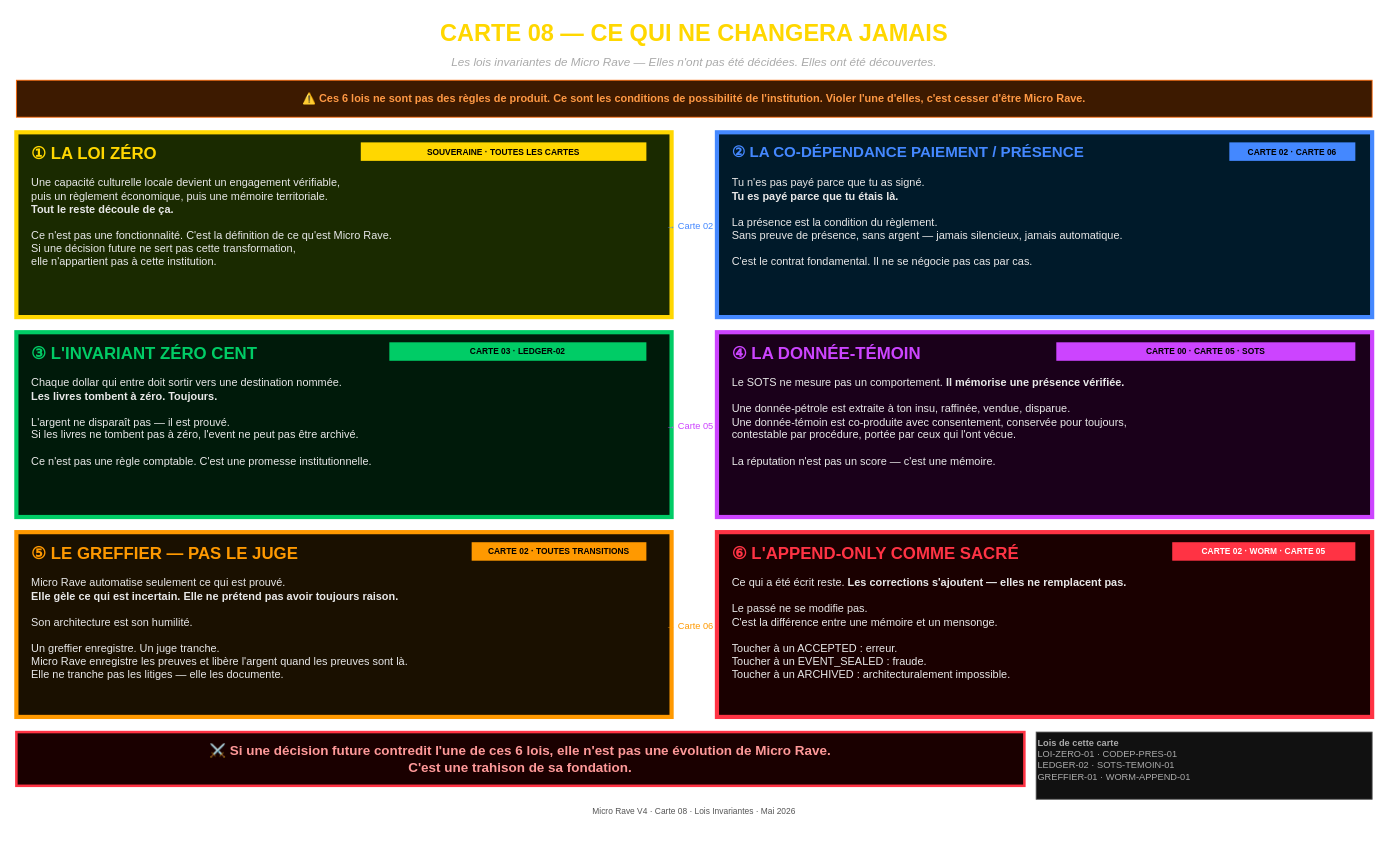
Earlier version of the draw.io diagram docs/cartes/microrave_v4_08_lois_invariantes.drawio (reseau-spec/microrave-v3). Source tidied: cells renumbered, new cells numbered last; positions are measured from the earlier drawing's top-left corner, leaving out a move shared by most shapes. Both pictures are drawn from the tidied source at 84%, with x=0, y=0 at pixel (16, 14).
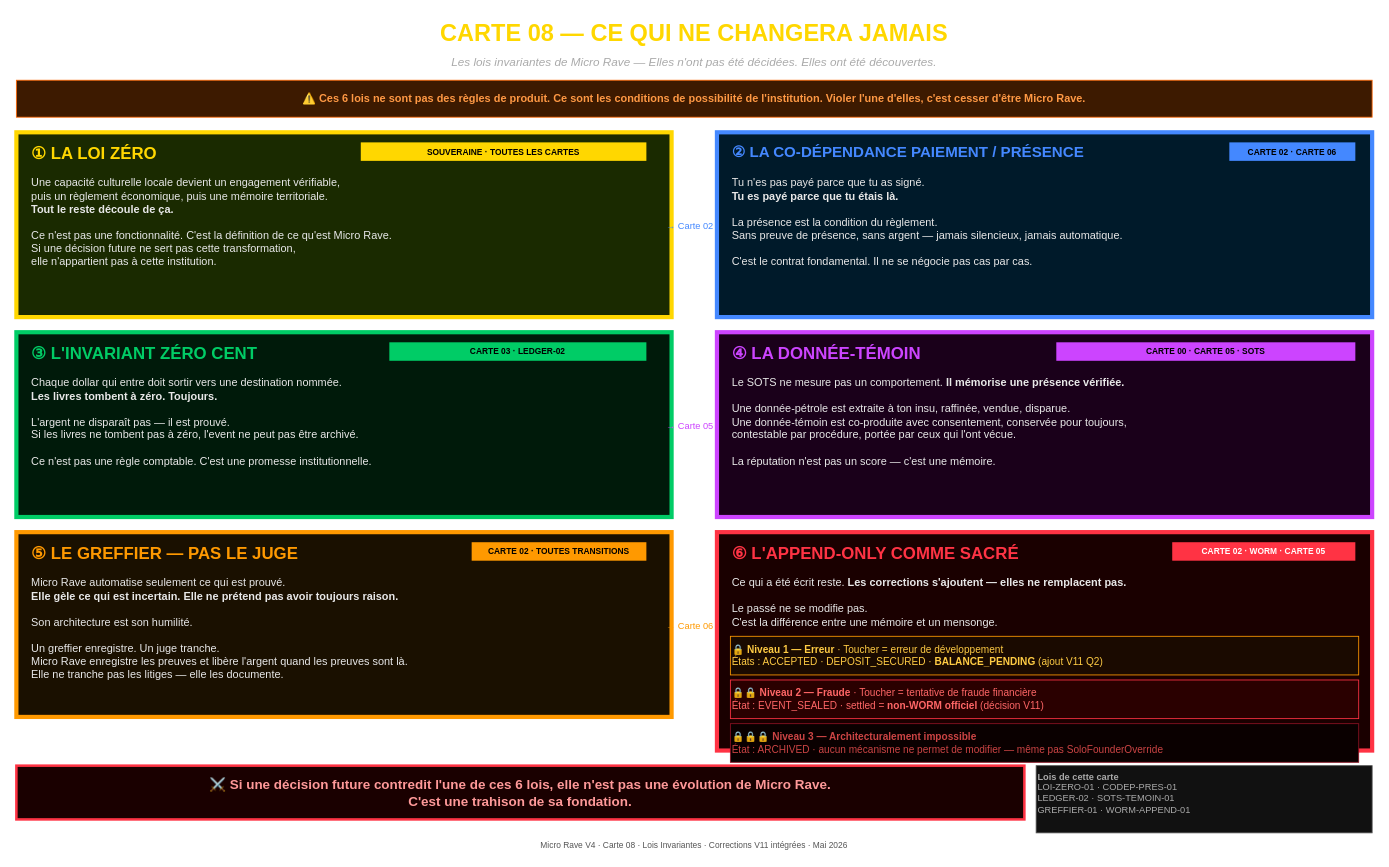
After the change.

The edit, as a diff of the source:
```diff
@@
     <mxCell id="25" style="rounded=12;whiteSpace=wrap;html=1;fillColor=#1a0000;strokeColor=#FF3344;strokeWidth=5;" parent="1" vertex="1">
-      <mxGeometry x="834" y="616" width="780" height="220" as="geometry" />
+      <mxGeometry x="834" y="616" width="780" height="260" as="geometry" />
     </mxCell>
@@
-    <mxCell id="28" value="Ce qui a été écrit reste. &lt;b&gt;Les corrections s'ajoutent — elles ne remplacent pas.&lt;/b&gt;&lt;br&gt;&lt;br&gt;Le passé ne se modifie pas.&lt;br&gt;C'est la différence entre une mémoire et un mensonge.&lt;br&gt;&lt;br&gt;Toucher à un ACCEPTED : erreur.&lt;br&gt;Toucher à un EVENT_SEALED : fraude.&lt;br&gt;Toucher à un ARCHIVED : architecturalement impossible." style="text;html=1;strokeColor=none;fillColor=none;align=left;verticalAlign=top;whiteSpace=wrap;rounded=0;fontSize=13;fontColor=#e8e8e8;" parent="1" vertex="1">
-      <mxGeometry x="850" y="662" width="748" height="158" as="geometry" />
+    <mxCell id="28" value="Ce qui a été écrit reste. &lt;b&gt;Les corrections s'ajoutent — elles ne remplacent pas.&lt;/b&gt;&lt;br&gt;&lt;br&gt;Le passé ne se modifie pas.&lt;br&gt;C'est la différence entre une mémoire et un mensonge." style="text;html=1;strokeColor=none;fillColor=none;align=left;verticalAlign=top;whiteSpace=wrap;rounded=0;fontSize=13;fontColor=#e8e8e8;" parent="1" vertex="1">
+      <mxGeometry x="850" y="662" width="748" height="72" as="geometry" />
     </mxCell>
+    <mxCell id="35" value="🔒 &lt;b&gt;Niveau 1 — Erreur&lt;/b&gt; · Toucher = erreur de développement&lt;br&gt;États : ACCEPTED · DEPOSIT_SECURED · &lt;b&gt;BALANCE_PENDING&lt;/b&gt; (ajout V11 Q2)" style="rounded=6;whiteSpace=wrap;html=1;fillColor=#1a0a00;strokeColor=#FF9900;fontSize=12;fontColor=#FFCC44;align=left;verticalAlign=middle;" parent="1" vertex="1">
+      <mxGeometry x="850" y="740" width="748" height="46" as="geometry" />
+    </mxCell>
+    <mxCell id="36" value="🔒🔒 &lt;b&gt;Niveau 2 — Fraude&lt;/b&gt; · Toucher = tentative de fraude financière&lt;br&gt;État : EVENT_SEALED · settled = &lt;b&gt;non-WORM officiel&lt;/b&gt; (décision V11)" style="rounded=6;whiteSpace=wrap;html=1;fillColor=#2a0000;strokeColor=#FF3344;fontSize=12;fontColor=#FF6666;align=left;verticalAlign=middle;" parent="1" vertex="1">
+      <mxGeometry x="850" y="792" width="748" height="46" as="geometry" />
+    </mxCell>
+    <mxCell id="37" value="🔒🔒🔒 &lt;b&gt;Niveau 3 — Architecturalement impossible&lt;/b&gt;&lt;br&gt;État : ARCHIVED · aucun mécanisme ne permet de modifier — même pas SoloFounderOverride" style="rounded=6;whiteSpace=wrap;html=1;fillColor=#0a0000;strokeColor=#881122;fontSize=12;fontColor=#CC4444;align=left;verticalAlign=middle;" parent="1" vertex="1">
+      <mxGeometry x="850" y="844" width="748" height="46" as="geometry" />
+    </mxCell>
     <mxCell id="29" value="&lt;b&gt;⚔️ Si une décision future contredit l'une de ces 6 lois, elle n'est pas une évolution de Micro Rave.&lt;br&gt;C'est une trahison de sa fondation.&lt;/b&gt;" style="rounded=8;whiteSpace=wrap;html=1;fillColor=#1a0000;strokeColor=#FF3344;strokeWidth=3;fontSize=16;fontColor=#FF9999;align=center;verticalAlign=middle;fontStyle=1;" parent="1" vertex="1">
-      <mxGeometry y="854" width="1200" height="64" as="geometry" />
+      <mxGeometry y="894" width="1200" height="64" as="geometry" />
     </mxCell>
     <mxCell id="30" value="&lt;b&gt;Lois de cette carte&lt;/b&gt;&lt;br&gt;LOI-ZERO-01 · CODEP-PRES-01&lt;br&gt;LEDGER-02 · SOTS-TEMOIN-01&lt;br&gt;GREFFIER-01 · WORM-APPEND-01" style="rounded=8;whiteSpace=wrap;html=1;fillColor=#111111;strokeColor=#555555;fontSize=11;fontColor=#aaaaaa;align=left;verticalAlign=top;" parent="1" vertex="1">
-      <mxGeometry x="1214" y="854" width="400" height="80" as="geometry" />
+      <mxGeometry x="1214" y="894" width="400" height="80" as="geometry" />
     </mxCell>
-    <mxCell id="31" value="Micro Rave V4 · Carte 08 · Lois Invariantes · Mai 2026" style="text;html=1;strokeColor=none;fillColor=none;align=center;verticalAlign=middle;whiteSpace=wrap;rounded=0;fontSize=10;fontColor=#555555;" parent="1" vertex="1">
-      <mxGeometry y="938" width="1614" height="20" as="geometry" />
+    <mxCell id="31" value="Micro Rave V4 · Carte 08 · Lois Invariantes · Corrections V11 intégrées · Mai 2026" style="text;html=1;strokeColor=none;fillColor=none;align=center;verticalAlign=middle;whiteSpace=wrap;rounded=0;fontSize=10;fontColor=#555555;" parent="1" vertex="1">
+      <mxGeometry y="978" width="1614" height="20" as="geometry" />
     </mxCell>
```
